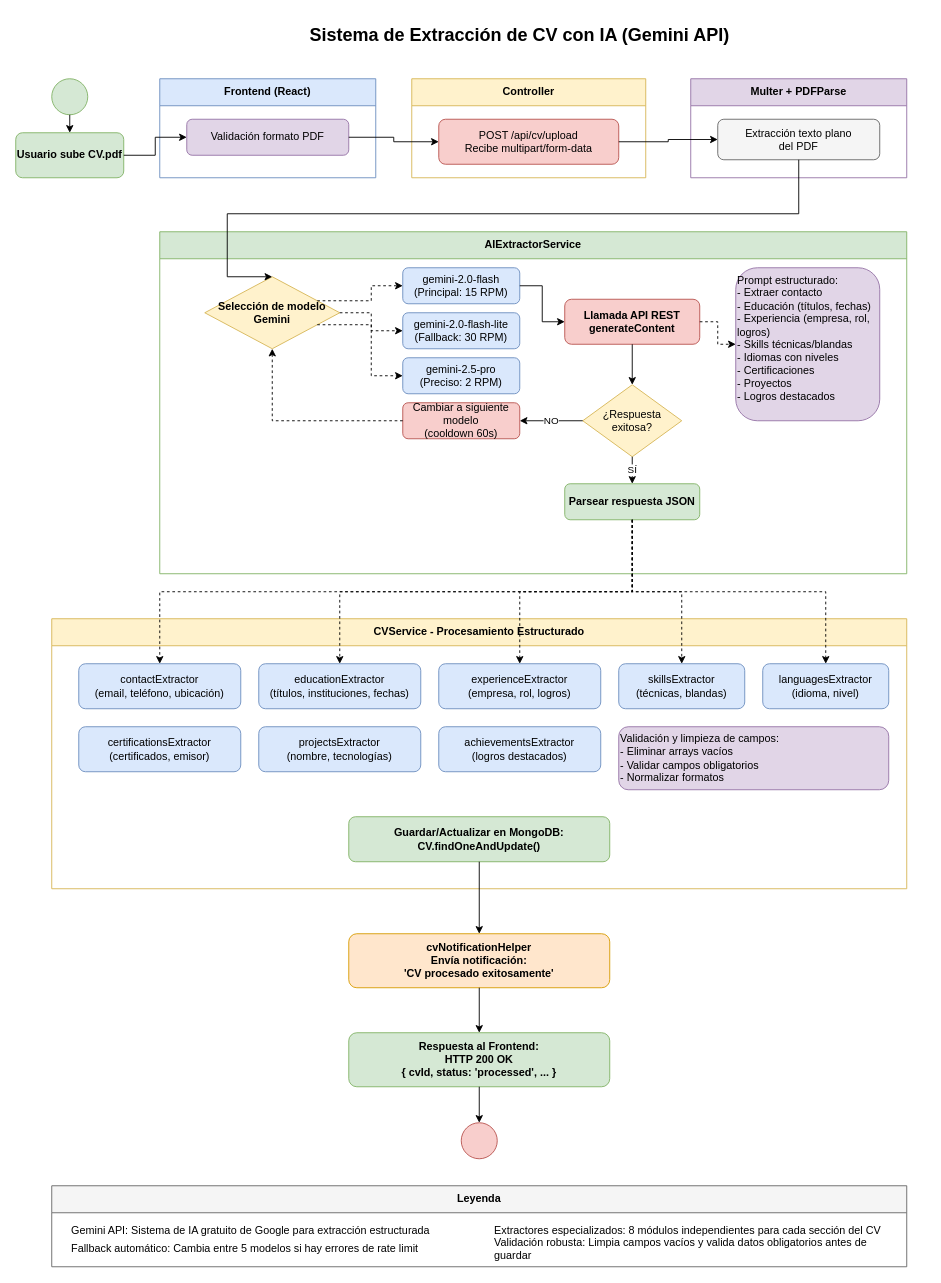
This is diagrams/cv-extraccion-ia.drawio from Javi-RC/saraplatformapi, a draw.io file, before an edit. Source tidied: cells renumbered, new cells numbered last; positions are measured from the earlier drawing's top-left corner, leaving out a move shared by most shapes. Both pictures are drawn from the tidied source at 90%, with x=0, y=0 at pixel (15, 15).
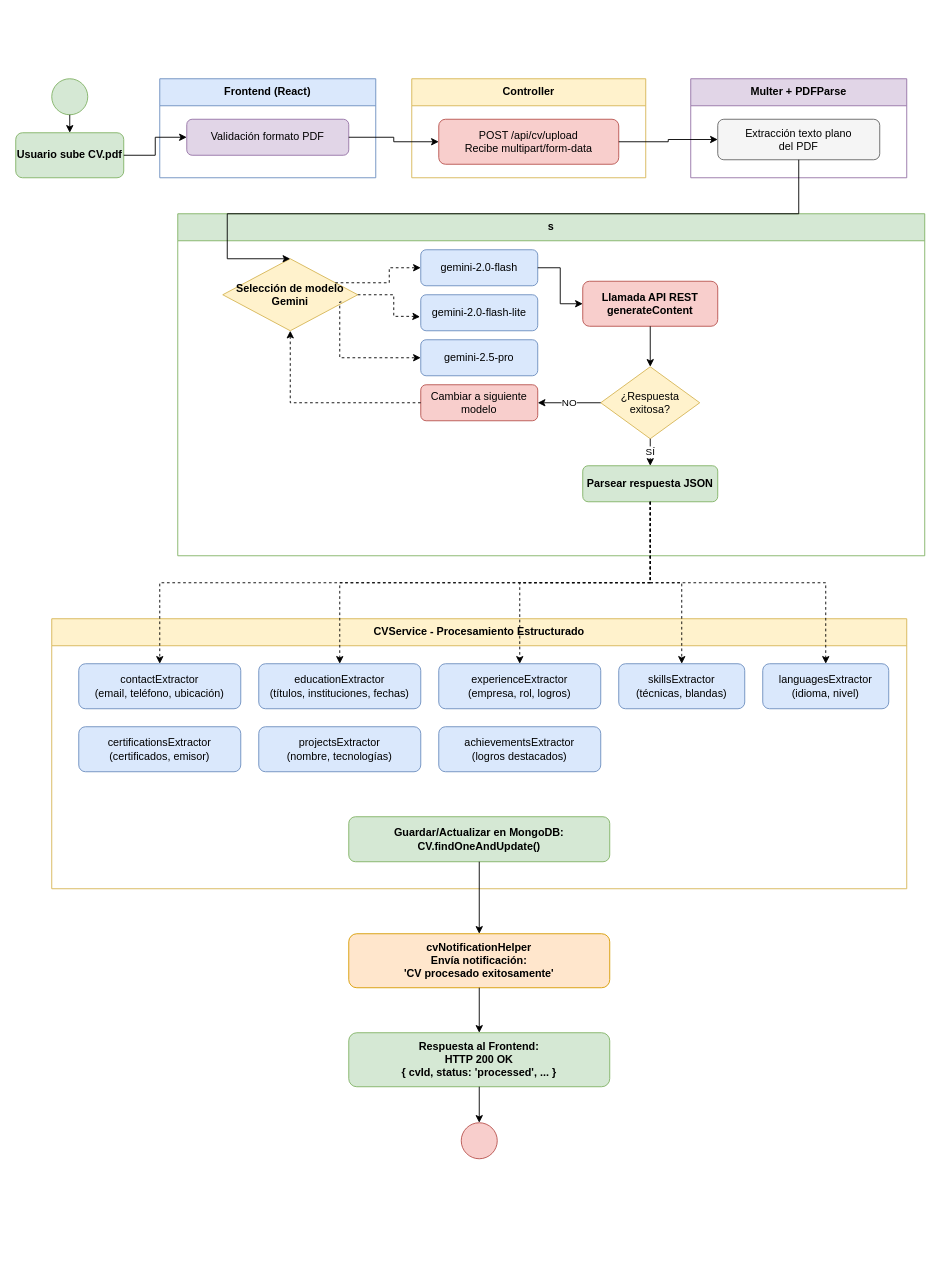
The same page after the edit.

The change refers to these unchanged cells:
```xml
<mxCell id="16" value="Selección de modelo Gemini" style="rhombus;whiteSpace=wrap;html=1;fillColor=#fff2cc;strokeColor=#d6b656;fontStyle=1;" parent="15" vertex="1">
  <mxGeometry x="50" y="50" width="150" height="80" as="geometry" />
</mxCell>
<mxCell id="23" value="Llamada API REST&#10;generateContent" style="rounded=1;whiteSpace=wrap;html=1;fillColor=#f8cecc;strokeColor=#b85450;fontStyle=1;" parent="15" vertex="1">
  <mxGeometry x="450" y="75" width="150" height="50" as="geometry" />
</mxCell>
<mxCell id="35" value="CVService - Procesamiento Estructurado" style="swimlane;whiteSpace=wrap;html=1;fillColor=#fff2cc;strokeColor=#d6b656;fontStyle=1;startSize=30;" parent="1" vertex="1">
  <mxGeometry x="40" y="670" width="950" height="300" as="geometry" />
</mxCell>
```

The edit, as a diff of the source:
```diff
@@
-    <mxCell id="2" value="Sistema de Extracción de CV con IA (Gemini API)" style="text;html=1;strokeColor=none;fillColor=none;align=center;verticalAlign=middle;whiteSpace=wrap;rounded=0;fontSize=20;fontStyle=1;" parent="1" vertex="1">
-      <mxGeometry x="160" width="800" height="40" as="geometry" />
-    </mxCell>
@@
-    <mxCell id="15" value="AIExtractorService" style="swimlane;whiteSpace=wrap;html=1;fillColor=#d5e8d4;strokeColor=#82b366;fontStyle=1;startSize=30;" parent="1" vertex="1">
-      <mxGeometry x="160" y="240" width="830" height="380" as="geometry" />
+    <mxCell id="15" value="s" style="swimlane;whiteSpace=wrap;html=1;fillColor=#d5e8d4;strokeColor=#82b366;fontStyle=1;startSize=30;" parent="1" vertex="1">
+      <mxGeometry x="180" y="220" width="830" height="380" as="geometry" />
     </mxCell>
@@
-    <mxCell id="17" value="gemini-2.0-flash&#10;(Principal: 15 RPM)" style="rounded=1;whiteSpace=wrap;html=1;fillColor=#dae8fc;strokeColor=#6c8ebf;" parent="15" vertex="1">
+    <mxCell id="17" value="gemini-2.0-flash" style="rounded=1;whiteSpace=wrap;html=1;fillColor=#dae8fc;strokeColor=#6c8ebf;" parent="15" vertex="1">
       <mxGeometry x="270" y="40" width="130" height="40" as="geometry" />
     </mxCell>
-    <mxCell id="18" value="gemini-2.0-flash-lite&#10;(Fallback: 30 RPM)" style="rounded=1;whiteSpace=wrap;html=1;fillColor=#dae8fc;strokeColor=#6c8ebf;" parent="15" vertex="1">
+    <mxCell id="18" value="gemini-2.0-flash-lite" style="rounded=1;whiteSpace=wrap;html=1;fillColor=#dae8fc;strokeColor=#6c8ebf;" parent="15" vertex="1">
       <mxGeometry x="270" y="90" width="130" height="40" as="geometry" />
     </mxCell>
-    <mxCell id="19" value="gemini-2.5-pro&#10;(Preciso: 2 RPM)" style="rounded=1;whiteSpace=wrap;html=1;fillColor=#dae8fc;strokeColor=#6c8ebf;" parent="15" vertex="1">
+    <mxCell id="19" value="gemini-2.5-pro" style="rounded=1;whiteSpace=wrap;html=1;fillColor=#dae8fc;strokeColor=#6c8ebf;" parent="15" vertex="1">
       <mxGeometry x="270" y="140" width="130" height="40" as="geometry" />
     </mxCell>
@@
-    <mxCell id="21" style="edgeStyle=orthogonalEdgeStyle;rounded=0;jettySize=auto;html=1;exitX=1;exitY=0.5;exitDx=0;exitDy=0;entryX=0;entryY=0.5;entryDx=0;entryDy=0;dashed=1;" parent="15" edge="1" source="16" target="18">
-      <mxGeometry relative="1" as="geometry" />
+    <mxCell id="21" style="edgeStyle=orthogonalEdgeStyle;rounded=0;jettySize=auto;html=1;entryX=0;entryY=0.5;entryDx=0;entryDy=0;dashed=1;exitX=0.879;exitY=0.6;exitDx=0;exitDy=0;exitPerimeter=0;" parent="15" edge="1" source="16" target="19">
+      <mxGeometry relative="1" as="geometry">
+        <Array as="points">
+          <mxPoint x="180" y="98" />
+          <mxPoint x="180" y="160" />
+        </Array>
+      </mxGeometry>
     </mxCell>
-    <mxCell id="22" style="edgeStyle=orthogonalEdgeStyle;rounded=0;jettySize=auto;html=1;exitX=1;exitY=0.75;exitDx=0;exitDy=0;entryX=0;entryY=0.5;entryDx=0;entryDy=0;dashed=1;" parent="15" edge="1" source="16" target="19">
-      <mxGeometry relative="1" as="geometry" />
+    <mxCell id="22" style="edgeStyle=orthogonalEdgeStyle;rounded=0;jettySize=auto;html=1;exitX=1;exitY=0.5;exitDx=0;exitDy=0;entryX=-0.006;entryY=0.612;entryDx=0;entryDy=0;dashed=1;entryPerimeter=0;" parent="15" edge="1" source="16" target="18">
+      <mxGeometry relative="1" as="geometry">
+        <Array as="points">
+          <mxPoint x="240" y="90" />
+          <mxPoint x="240" y="114" />
+          <mxPoint x="260" y="114" />
+        </Array>
+      </mxGeometry>
     </mxCell>
@@
-    <mxCell id="25" value="Prompt estructurado:&#10;- Extraer contacto&#10;- Educación (títulos, fechas)&#10;- Experiencia (empresa, rol, logros)&#10;- Skills técnicas/blandas&#10;- Idiomas con niveles&#10;- Certificaciones&#10;- Proyectos&#10;- Logros destacados" style="rounded=1;whiteSpace=wrap;html=1;fillColor=#e1d5e7;strokeColor=#9673a6;align=left;verticalAlign=top;" parent="15" vertex="1">
-      <mxGeometry x="640" y="40" width="160" height="170" as="geometry" />
-    </mxCell>
-    <mxCell id="26" style="edgeStyle=orthogonalEdgeStyle;rounded=0;jettySize=auto;html=1;exitX=1;exitY=0.5;exitDx=0;exitDy=0;entryX=0;entryY=0.5;entryDx=0;entryDy=0;dashed=1;" parent="15" edge="1" source="23" target="25">
-      <mxGeometry relative="1" as="geometry" />
-    </mxCell>
@@
-    <mxCell id="29" value="Cambiar a siguiente modelo&#10;(cooldown 60s)" style="rounded=1;whiteSpace=wrap;html=1;fillColor=#f8cecc;strokeColor=#b85450;" parent="15" vertex="1">
+    <mxCell id="29" value="Cambiar a siguiente modelo" style="rounded=1;whiteSpace=wrap;html=1;fillColor=#f8cecc;strokeColor=#b85450;" parent="15" vertex="1">
       <mxGeometry x="270" y="190" width="130" height="40" as="geometry" />
     </mxCell>
@@
-    <mxCell id="44" value="Validación y limpieza de campos:&#10;- Eliminar arrays vacíos&#10;- Validar campos obligatorios&#10;- Normalizar formatos" style="rounded=1;whiteSpace=wrap;html=1;fillColor=#e1d5e7;strokeColor=#9673a6;align=left;" parent="35" vertex="1">
-      <mxGeometry x="630" y="120" width="300" height="70" as="geometry" />
-    </mxCell>
@@
-    <mxCell id="57" value="Leyenda" style="swimlane;whiteSpace=wrap;html=1;fillColor=#f5f5f5;strokeColor=#666666;fontStyle=1;startSize=30;" parent="1" vertex="1">
-      <mxGeometry x="40" y="1300" width="950" height="90" as="geometry" />
-    </mxCell>
-    <mxCell id="58" value="Gemini API: Sistema de IA gratuito de Google para extracción estructurada" style="text;html=1;strokeColor=none;fillColor=none;align=left;verticalAlign=middle;whiteSpace=wrap;rounded=0;" parent="57" vertex="1">
-      <mxGeometry x="20" y="40" width="450" height="20" as="geometry" />
-    </mxCell>
-    <mxCell id="59" value="Fallback automático: Cambia entre 5 modelos si hay errores de rate limit" style="text;html=1;strokeColor=none;fillColor=none;align=left;verticalAlign=middle;whiteSpace=wrap;rounded=0;" parent="57" vertex="1">
-      <mxGeometry x="20" y="60" width="450" height="20" as="geometry" />
-    </mxCell>
-    <mxCell id="60" value="Extractores especializados: 8 módulos independientes para cada sección del CV" style="text;html=1;strokeColor=none;fillColor=none;align=left;verticalAlign=middle;whiteSpace=wrap;rounded=0;" parent="57" vertex="1">
-      <mxGeometry x="490" y="40" width="450" height="20" as="geometry" />
-    </mxCell>
-    <mxCell id="61" value="Validación robusta: Limpia campos vacíos y valida datos obligatorios antes de guardar" style="text;html=1;strokeColor=none;fillColor=none;align=left;verticalAlign=middle;whiteSpace=wrap;rounded=0;" parent="57" vertex="1">
-      <mxGeometry x="490" y="60" width="450" height="20" as="geometry" />
-    </mxCell>
```
